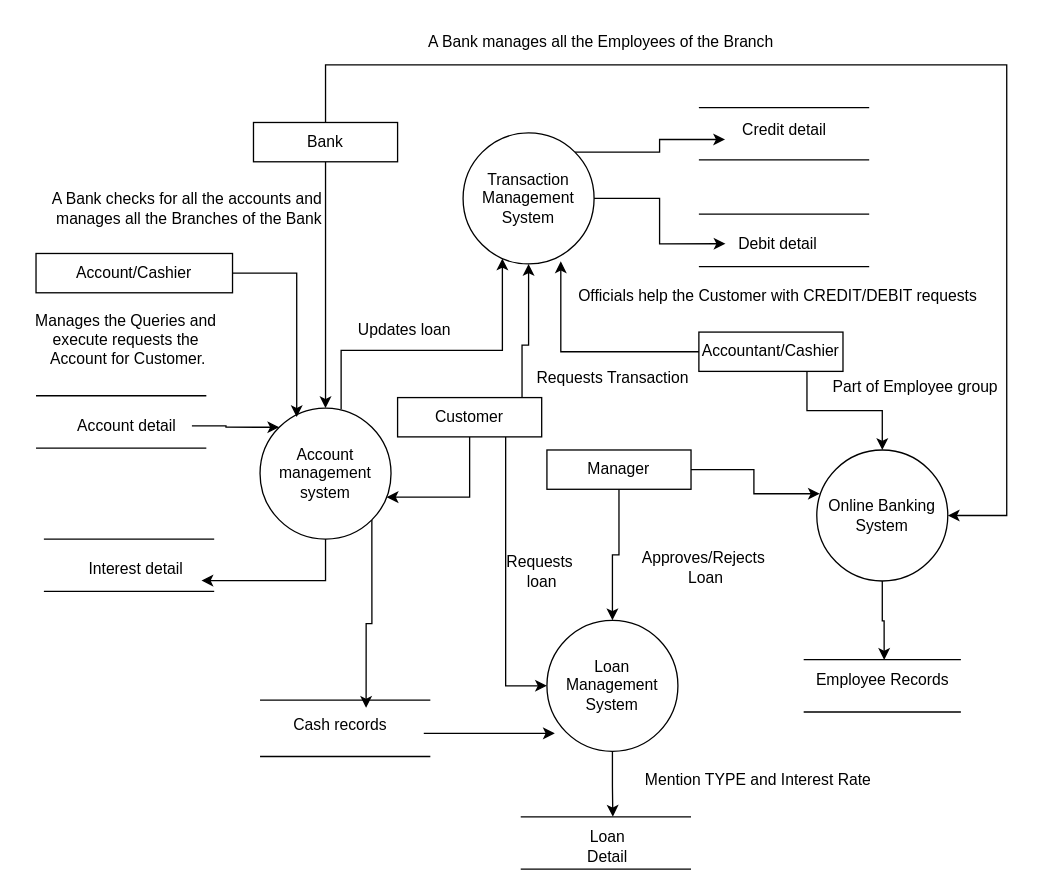
This is for-exam/SetC/SetC-level1OnlineBankingsystem.drawio from bichitra-linux/sad-lab, a draw.io file, before an edit. Source tidied: cells renumbered, new cells numbered last; positions are measured from the earlier drawing's top-left corner, leaving out a move shared by most shapes. Both pictures are drawn from the tidied source at 131%, with x=0, y=0 at pixel (22, 22).
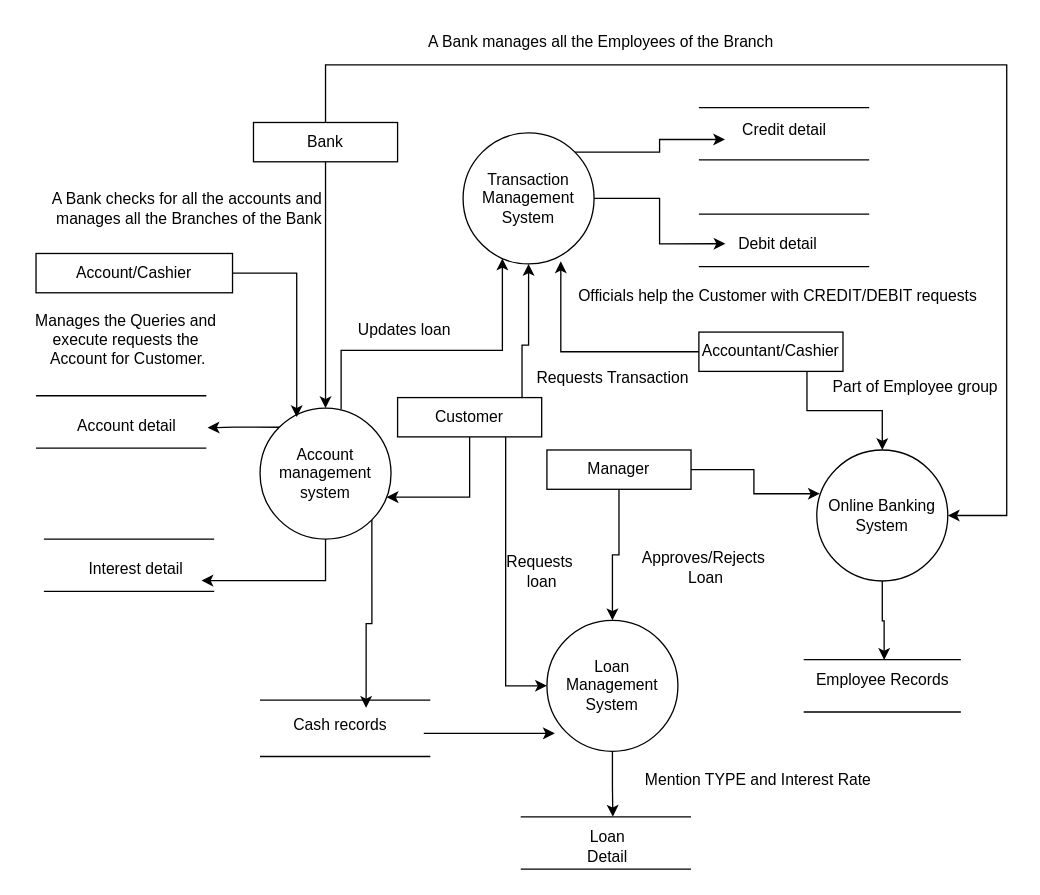
The same page after the edit.

The change refers to these unchanged cells:
```xml
<mxCell id="4" value="Account management system" style="ellipse;whiteSpace=wrap;html=1;" parent="1" vertex="1">
  <mxGeometry x="181" y="294" width="100" height="100" as="geometry" />
</mxCell>
<mxCell id="33" value="Account detail" style="text;html=1;align=center;verticalAlign=middle;points=[];strokeColor=none;fillColor=none;" parent="1" vertex="1">
  <mxGeometry x="29" y="292.6" width="100" height="30" as="geometry" />
</mxCell>
```

Diff of the diagram source:
```diff
@@
+    <mxCell id="62" style="edgeStyle=orthogonalEdgeStyle;rounded=0;jettySize=auto;html=1;exitX=0;exitY=0;exitDx=0;exitDy=0;" parent="1" edge="1" source="4">
+      <mxGeometry relative="1" as="geometry">
+        <mxPoint x="141" y="309" as="targetPoint" />
+      </mxGeometry>
+    </mxCell>
@@
-    <mxCell id="32" style="edgeStyle=orthogonalEdgeStyle;rounded=0;jettySize=auto;html=1;entryX=0;entryY=0;entryDx=0;entryDy=0;" parent="1" edge="1" source="33" target="4">
-      <mxGeometry relative="1" as="geometry" />
-    </mxCell>
```
